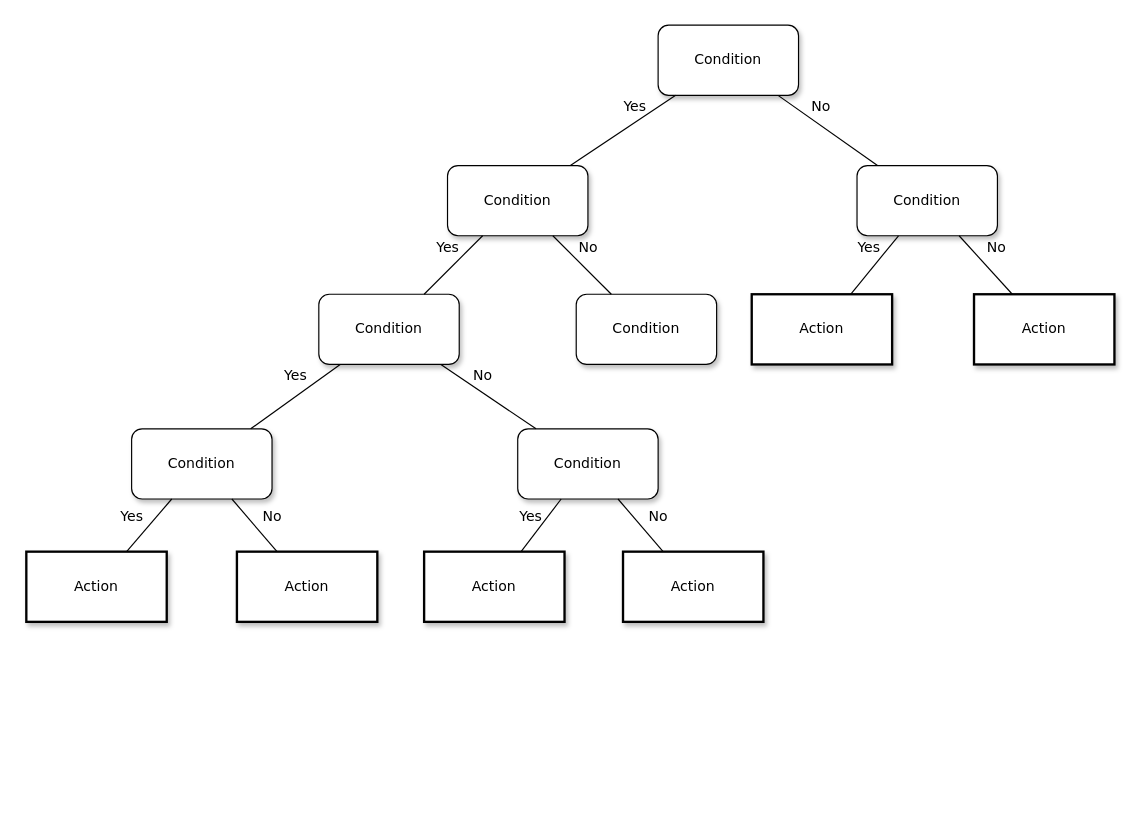
Above: 未命名绘图.drawio in siyuejiwang/tools (draw.io), before the change. Source tidied: cells renumbered, new cells numbered last; positions are measured from the earlier drawing's top-left corner, leaving out a move shared by most shapes. Both pictures are drawn from the tidied source at 117%, with x=0, y=0 at pixel (26, 25).
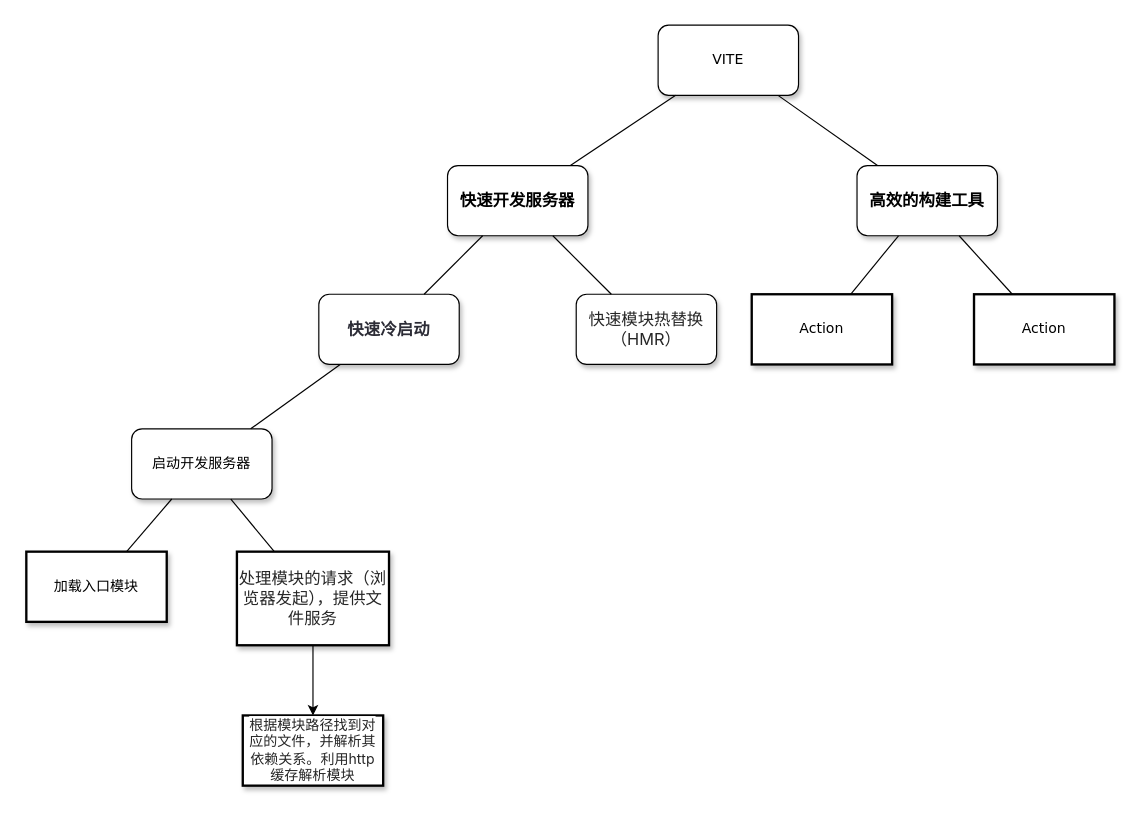
After the change.

The change refers to these unchanged cells:
```xml
<mxCell id="9" value="&lt;span&gt;Action&lt;/span&gt;" style="whiteSpace=wrap;html=1;rounded=0;shadow=1;labelBackgroundColor=none;strokeWidth=2;fontFamily=Verdana;fontSize=12;align=center;" parent="1" vertex="1">
  <mxGeometry x="620" y="230" width="120" height="60" as="geometry" />
</mxCell>
<mxCell id="10" value="&lt;span&gt;Action&lt;/span&gt;" style="whiteSpace=wrap;html=1;rounded=0;shadow=1;labelBackgroundColor=none;strokeWidth=2;fontFamily=Verdana;fontSize=12;align=center;" parent="1" vertex="1">
  <mxGeometry x="810" y="230" width="120" height="60" as="geometry" />
</mxCell>
```

What changed in the source:
```diff
@@
-    <mxCell id="2" value="Condition" style="whiteSpace=wrap;html=1;rounded=1;shadow=1;labelBackgroundColor=none;strokeWidth=1;fontFamily=Verdana;fontSize=12;align=center;" parent="1" vertex="1">
+    <mxCell id="2" value="VITE" style="whiteSpace=wrap;html=1;rounded=1;shadow=1;labelBackgroundColor=none;strokeWidth=1;fontFamily=Verdana;fontSize=12;align=center;" parent="1" vertex="1">
       <mxGeometry x="540" width="120" height="60" as="geometry" />
     </mxCell>
-    <mxCell id="3" value="&lt;span&gt;Condition&lt;/span&gt;" style="whiteSpace=wrap;html=1;rounded=1;shadow=1;labelBackgroundColor=none;strokeWidth=1;fontFamily=Verdana;fontSize=12;align=center;" parent="1" vertex="1">
+    <mxCell id="3" value="&lt;span style=&quot;-webkit-font-smoothing: antialiased; box-sizing: border-box; -webkit-tap-highlight-color: rgba(0, 0, 0, 0); font-weight: 600; color: initial; line-height: var(--md-box-samantha-normal-text-line-height); overflow-anchor: auto; font-family: Inter, -apple-system, &amp;quot;system-ui&amp;quot;, &amp;quot;Segoe UI&amp;quot;, &amp;quot;SF Pro SC&amp;quot;, &amp;quot;SF Pro Display&amp;quot;, &amp;quot;SF Pro Icons&amp;quot;, &amp;quot;PingFang SC&amp;quot;, &amp;quot;Hiragino Sans GB&amp;quot;, &amp;quot;Microsoft YaHei&amp;quot;, &amp;quot;Helvetica Neue&amp;quot;, Helvetica, Arial, sans-serif; text-align: left; background-color: rgb(255, 255, 255);&quot;&gt;&lt;font style=&quot;font-size: 14px;&quot;&gt;快速开发服务器&lt;/font&gt;&lt;/span&gt;" style="whiteSpace=wrap;html=1;rounded=1;shadow=1;labelBackgroundColor=none;strokeWidth=1;fontFamily=Verdana;fontSize=12;align=center;" parent="1" vertex="1">
       <mxGeometry x="360" y="120" width="120" height="60" as="geometry" />
     </mxCell>
-    <mxCell id="4" value="&lt;span&gt;Condition&lt;/span&gt;" style="whiteSpace=wrap;html=1;rounded=1;shadow=1;labelBackgroundColor=none;strokeWidth=1;fontFamily=Verdana;fontSize=12;align=center;" parent="1" vertex="1">
+    <mxCell id="4" value="&lt;span style=&quot;-webkit-font-smoothing: antialiased; box-sizing: border-box; -webkit-tap-highlight-color: rgba(0, 0, 0, 0); font-weight: 600; color: initial; line-height: var(--md-box-samantha-normal-text-line-height); overflow-anchor: auto; font-family: Inter, -apple-system, &amp;quot;system-ui&amp;quot;, &amp;quot;Segoe UI&amp;quot;, &amp;quot;SF Pro SC&amp;quot;, &amp;quot;SF Pro Display&amp;quot;, &amp;quot;SF Pro Icons&amp;quot;, &amp;quot;PingFang SC&amp;quot;, &amp;quot;Hiragino Sans GB&amp;quot;, &amp;quot;Microsoft YaHei&amp;quot;, &amp;quot;Helvetica Neue&amp;quot;, Helvetica, Arial, sans-serif; text-align: left; background-color: rgb(255, 255, 255);&quot;&gt;&lt;font style=&quot;font-size: 14px;&quot;&gt;高效的构建工具&lt;/font&gt;&lt;/span&gt;" style="whiteSpace=wrap;html=1;rounded=1;shadow=1;labelBackgroundColor=none;strokeWidth=1;fontFamily=Verdana;fontSize=12;align=center;" parent="1" vertex="1">
       <mxGeometry x="710" y="120" width="120" height="60" as="geometry" />
     </mxCell>
-    <mxCell id="5" value="No" style="rounded=0;html=1;labelBackgroundColor=none;startArrow=none;startFill=0;startSize=5;endArrow=none;endFill=0;endSize=5;jettySize=auto;strokeWidth=1;fontFamily=Verdana;fontSize=12;" parent="1" edge="1" source="2" target="4">
+    <mxCell id="5" style="rounded=0;html=1;labelBackgroundColor=none;startArrow=none;startFill=0;startSize=5;endArrow=none;endFill=0;endSize=5;jettySize=auto;strokeWidth=1;fontFamily=Verdana;fontSize=12;" parent="1" edge="1" source="2" target="4">
       <mxGeometry x="-0.3" y="13" relative="1" as="geometry" />
     </mxCell>
-    <mxCell id="6" value="Yes" style="rounded=0;html=1;labelBackgroundColor=none;startArrow=none;startFill=0;startSize=5;endArrow=none;endFill=0;endSize=5;jettySize=auto;strokeWidth=1;fontFamily=Verdana;fontSize=12;" parent="1" edge="1" source="2" target="3">
-      <mxGeometry x="-0.36" y="-11" relative="1" as="geometry" />
+    <mxCell id="6" style="rounded=0;html=1;labelBackgroundColor=none;startArrow=none;startFill=0;startSize=5;endArrow=none;endFill=0;endSize=5;jettySize=auto;strokeWidth=1;fontFamily=Verdana;fontSize=12;" parent="1" edge="1" source="2" target="3">
+      <mxGeometry x="-0.35" y="-11" relative="1" as="geometry" />
     </mxCell>
-    <mxCell id="7" value="&lt;span&gt;Condition&lt;/span&gt;" style="whiteSpace=wrap;html=1;rounded=1;shadow=1;labelBackgroundColor=none;strokeWidth=1;fontFamily=Verdana;fontSize=12;align=center;" parent="1" vertex="1">
+    <mxCell id="7" value="&lt;span style=&quot;--un-rotate: 0; --un-rotate-x: 0; --un-rotate-y: 0; --un-rotate-z: 0; --un-scale-x: 1; --un-scale-y: 1; --un-scale-z: 1; --un-skew-x: 0; --un-skew-y: 0; --un-translate-x: 0; --un-translate-y: 0; --un-translate-z: 0; --un-pan-x: ; --un-pan-y: ; --un-pinch-zoom: ; --un-scroll-snap-strictness: proximity; --un-ordinal: ; --un-slashed-zero: ; --un-numeric-figure: ; --un-numeric-spacing: ; --un-numeric-fraction: ; --un-border-spacing-x: 0; --un-border-spacing-y: 0; --un-ring-offset-shadow: 0 0 transparent; --un-ring-shadow: 0 0 transparent; --un-shadow-inset: ; --un-shadow: 0 0 transparent; --un-ring-inset: ; --un-ring-offset-width: 0px; --un-ring-offset-color: #fff; --un-ring-width: 0px; --un-ring-color: rgba(147,197,253,.5); --un-blur: ; --un-brightness: ; --un-contrast: ; --un-drop-shadow: ; --un-grayscale: ; --un-hue-rotate: ; --un-invert: ; --un-saturate: ; --un-sepia: ; --un-backdrop-blur: ; --un-backdrop-brightness: ; --un-backdrop-contrast: ; --un-backdrop-grayscale: ; --un-backdrop-hue-rotate: ; --un-backdrop-invert: ; --un-backdrop-opacity: ; --un-backdrop-saturate: ; --un-backdrop-sepia: ; box-sizing: border-box; font-weight: 600; color: rgb(44, 44, 54); font-family: -apple-system, &amp;quot;system-ui&amp;quot;, &amp;quot;Segoe UI&amp;quot;, &amp;quot;Noto Sans&amp;quot;, Helvetica, Arial, sans-serif, &amp;quot;Apple Color Emoji&amp;quot;, &amp;quot;Segoe UI Emoji&amp;quot;; letter-spacing: 0.08px; text-align: left; background-color: rgb(255, 255, 255);&quot;&gt;&lt;font style=&quot;font-size: 14px;&quot;&gt;快速冷启动&lt;/font&gt;&lt;/span&gt;" style="whiteSpace=wrap;html=1;rounded=1;shadow=1;labelBackgroundColor=none;strokeWidth=1;fontFamily=Verdana;fontSize=12;align=center;" parent="1" vertex="1">
       <mxGeometry x="250" y="230" width="120" height="60" as="geometry" />
     </mxCell>
-    <mxCell id="8" value="&lt;span&gt;Condition&lt;/span&gt;" style="whiteSpace=wrap;html=1;rounded=1;shadow=1;labelBackgroundColor=none;strokeWidth=1;fontFamily=Verdana;fontSize=12;align=center;" parent="1" vertex="1">
+    <mxCell id="8" value="&lt;span style=&quot;color: rgba(0, 0, 0, 0.85); font-family: Inter, -apple-system, &amp;quot;system-ui&amp;quot;, &amp;quot;Segoe UI&amp;quot;, &amp;quot;SF Pro SC&amp;quot;, &amp;quot;SF Pro Display&amp;quot;, &amp;quot;SF Pro Icons&amp;quot;, &amp;quot;PingFang SC&amp;quot;, &amp;quot;Hiragino Sans GB&amp;quot;, &amp;quot;Microsoft YaHei&amp;quot;, &amp;quot;Helvetica Neue&amp;quot;, Helvetica, Arial, sans-serif; text-align: left; background-color: rgb(255, 255, 255);&quot;&gt;&lt;font style=&quot;font-size: 14px;&quot;&gt;快速模块热替换（HMR）&lt;/font&gt;&lt;/span&gt;" style="whiteSpace=wrap;html=1;rounded=1;shadow=1;labelBackgroundColor=none;strokeWidth=1;fontFamily=Verdana;fontSize=12;align=center;" parent="1" vertex="1">
       <mxGeometry x="470" y="230" width="120" height="60" as="geometry" />
     </mxCell>
@@
-    <mxCell id="11" value="&lt;span&gt;Condition&lt;/span&gt;" style="whiteSpace=wrap;html=1;rounded=1;shadow=1;labelBackgroundColor=none;strokeWidth=1;fontFamily=Verdana;fontSize=12;align=center;" parent="1" vertex="1">
+    <mxCell id="11" value="&lt;span&gt;启动开发服务器&lt;/span&gt;" style="whiteSpace=wrap;html=1;rounded=1;shadow=1;labelBackgroundColor=none;strokeWidth=1;fontFamily=Verdana;fontSize=12;align=center;" parent="1" vertex="1">
       <mxGeometry x="90" y="345" width="120" height="60" as="geometry" />
     </mxCell>
-    <mxCell id="12" value="&lt;span&gt;Condition&lt;/span&gt;" style="whiteSpace=wrap;html=1;rounded=1;shadow=1;labelBackgroundColor=none;strokeWidth=1;fontFamily=Verdana;fontSize=12;align=center;" parent="1" vertex="1">
-      <mxGeometry x="420" y="345" width="120" height="60" as="geometry" />
-    </mxCell>
-    <mxCell id="13" value="Yes" style="rounded=0;html=1;labelBackgroundColor=none;startArrow=none;startFill=0;startSize=5;endArrow=none;endFill=0;endSize=5;jettySize=auto;strokeWidth=1;fontFamily=Verdana;fontSize=12;" parent="1" edge="1" source="3" target="7">
+    <mxCell id="13" style="rounded=0;html=1;labelBackgroundColor=none;startArrow=none;startFill=0;startSize=5;endArrow=none;endFill=0;endSize=5;jettySize=auto;strokeWidth=1;fontFamily=Verdana;fontSize=12;" parent="1" edge="1" source="3" target="7">
       <mxGeometry x="-0.2" y="-14" relative="1" as="geometry" />
     </mxCell>
-    <mxCell id="14" value="No" style="rounded=0;html=1;labelBackgroundColor=none;startArrow=none;startFill=0;startSize=5;endArrow=none;endFill=0;endSize=5;jettySize=auto;strokeWidth=1;fontFamily=Verdana;fontSize=12;" parent="1" edge="1" source="3" target="8">
+    <mxCell id="14" style="rounded=0;html=1;labelBackgroundColor=none;startArrow=none;startFill=0;startSize=5;endArrow=none;endFill=0;endSize=5;jettySize=auto;strokeWidth=1;fontFamily=Verdana;fontSize=12;" parent="1" edge="1" source="3" target="8">
       <mxGeometry x="-0.2" y="14" relative="1" as="geometry" />
     </mxCell>
-    <mxCell id="15" value="Yes" style="rounded=0;html=1;labelBackgroundColor=none;startArrow=none;startFill=0;startSize=5;endArrow=none;endFill=0;endSize=5;jettySize=auto;strokeWidth=1;fontFamily=Verdana;fontSize=12;" parent="1" edge="1" source="4" target="9">
+    <mxCell id="15" style="rounded=0;html=1;labelBackgroundColor=none;startArrow=none;startFill=0;startSize=5;endArrow=none;endFill=0;endSize=5;jettySize=auto;strokeWidth=1;fontFamily=Verdana;fontSize=12;" parent="1" edge="1" source="4" target="9">
       <mxGeometry x="-0.26" y="-13" relative="1" as="geometry" />
     </mxCell>
-    <mxCell id="16" value="No" style="rounded=0;html=1;labelBackgroundColor=none;startArrow=none;startFill=0;startSize=5;endArrow=none;endFill=0;endSize=5;jettySize=auto;strokeWidth=1;fontFamily=Verdana;fontSize=12;" parent="1" edge="1" source="4" target="10">
+    <mxCell id="16" style="rounded=0;html=1;labelBackgroundColor=none;startArrow=none;startFill=0;startSize=5;endArrow=none;endFill=0;endSize=5;jettySize=auto;strokeWidth=1;fontFamily=Verdana;fontSize=12;" parent="1" edge="1" source="4" target="10">
       <mxGeometry x="-0.13" y="17" relative="1" as="geometry" />
     </mxCell>
-    <mxCell id="17" value="Yes" style="rounded=0;html=1;labelBackgroundColor=none;startArrow=none;startFill=0;startSize=5;endArrow=none;endFill=0;endSize=5;jettySize=auto;strokeWidth=1;fontFamily=Verdana;fontSize=12;" parent="1" edge="1" source="7" target="11">
+    <mxCell id="17" style="rounded=0;html=1;labelBackgroundColor=none;startArrow=none;startFill=0;startSize=5;endArrow=none;endFill=0;endSize=5;jettySize=auto;strokeWidth=1;fontFamily=Verdana;fontSize=12;" parent="1" edge="1" source="7" target="11">
       <mxGeometry x="-0.22" y="-14" relative="1" as="geometry" />
     </mxCell>
-    <mxCell id="18" value="No" style="rounded=0;html=1;labelBackgroundColor=none;startArrow=none;startFill=0;startSize=5;endArrow=none;endFill=0;endSize=5;jettySize=auto;strokeWidth=1;fontFamily=Verdana;fontSize=12;" parent="1" edge="1" source="7" target="12">
-      <mxGeometry x="-0.28" y="12" relative="1" as="geometry" />
-    </mxCell>
-    <mxCell id="19" value="Action" style="whiteSpace=wrap;html=1;rounded=0;shadow=1;labelBackgroundColor=none;strokeWidth=2;fontFamily=Verdana;fontSize=12;align=center;" parent="1" vertex="1">
+    <mxCell id="19" value="加载入口模块" style="whiteSpace=wrap;html=1;rounded=0;shadow=1;labelBackgroundColor=none;strokeWidth=2;fontFamily=Verdana;fontSize=12;align=center;" parent="1" vertex="1">
       <mxGeometry y="450" width="120" height="60" as="geometry" />
     </mxCell>
+    <mxCell id="27" style="edgeStyle=orthogonalEdgeStyle;rounded=0;jettySize=auto;html=1;" parent="1" edge="1" source="20" target="28">
+      <mxGeometry relative="1" as="geometry" />
+    </mxCell>
-    <mxCell id="20" value="&lt;span&gt;Action&lt;/span&gt;" style="whiteSpace=wrap;html=1;rounded=0;shadow=1;labelBackgroundColor=none;strokeWidth=2;fontFamily=Verdana;fontSize=12;align=center;" parent="1" vertex="1">
-      <mxGeometry x="180" y="450" width="120" height="60" as="geometry" />
+    <mxCell id="20" value="&lt;span style=&quot;color: rgba(0, 0, 0, 0.85); font-family: Inter, -apple-system, &amp;quot;system-ui&amp;quot;, &amp;quot;Segoe UI&amp;quot;, &amp;quot;SF Pro SC&amp;quot;, &amp;quot;SF Pro Display&amp;quot;, &amp;quot;SF Pro Icons&amp;quot;, &amp;quot;PingFang SC&amp;quot;, &amp;quot;Hiragino Sans GB&amp;quot;, &amp;quot;Microsoft YaHei&amp;quot;, &amp;quot;Helvetica Neue&amp;quot;, Helvetica, Arial, sans-serif; text-align: left; background-color: rgb(255, 255, 255);&quot;&gt;&lt;font style=&quot;font-size: 14px;&quot;&gt;处理模块的请求（浏览器发起），提供文件服务&lt;/font&gt;&lt;/span&gt;" style="whiteSpace=wrap;html=1;rounded=0;shadow=1;labelBackgroundColor=none;strokeWidth=2;fontFamily=Verdana;fontSize=12;align=center;" parent="1" vertex="1">
+      <mxGeometry x="180" y="450" width="130" height="80" as="geometry" />
     </mxCell>
-    <mxCell id="21" value="&lt;span&gt;Action&lt;/span&gt;" style="whiteSpace=wrap;html=1;rounded=0;shadow=1;labelBackgroundColor=none;strokeWidth=2;fontFamily=Verdana;fontSize=12;align=center;" parent="1" vertex="1">
-      <mxGeometry x="340" y="450" width="120" height="60" as="geometry" />
-    </mxCell>
-    <mxCell id="22" value="&lt;span&gt;Action&lt;/span&gt;" style="whiteSpace=wrap;html=1;rounded=0;shadow=1;labelBackgroundColor=none;strokeWidth=2;fontFamily=Verdana;fontSize=12;align=center;" parent="1" vertex="1">
-      <mxGeometry x="510" y="450" width="120" height="60" as="geometry" />
-    </mxCell>
-    <mxCell id="23" value="Yes" style="rounded=0;html=1;labelBackgroundColor=none;startArrow=none;startFill=0;startSize=5;endArrow=none;endFill=0;endSize=5;jettySize=auto;strokeWidth=1;fontFamily=Verdana;fontSize=12;" parent="1" edge="1" source="11" target="19">
+    <mxCell id="23" style="rounded=0;html=1;labelBackgroundColor=none;startArrow=none;startFill=0;startSize=5;endArrow=none;endFill=0;endSize=5;jettySize=auto;strokeWidth=1;fontFamily=Verdana;fontSize=12;" parent="1" edge="1" source="11" target="19">
       <mxGeometry x="0.14" y="-16" relative="1" as="geometry" />
     </mxCell>
-    <mxCell id="24" value="No" style="rounded=0;html=1;labelBackgroundColor=none;startArrow=none;startFill=0;startSize=5;endArrow=none;endFill=0;endSize=5;jettySize=auto;strokeWidth=1;fontFamily=Verdana;fontSize=12;" parent="1" edge="1" source="11" target="20">
+    <mxCell id="24" style="rounded=0;html=1;labelBackgroundColor=none;startArrow=none;startFill=0;startSize=5;endArrow=none;endFill=0;endSize=5;jettySize=auto;strokeWidth=1;fontFamily=Verdana;fontSize=12;" parent="1" edge="1" source="11" target="20">
       <mxGeometry x="0.14" y="16" relative="1" as="geometry" />
     </mxCell>
-    <mxCell id="25" value="Yes" style="rounded=0;html=1;labelBackgroundColor=none;startArrow=none;startFill=0;startSize=5;endArrow=none;endFill=0;endSize=5;jettySize=auto;strokeWidth=1;fontFamily=Verdana;fontSize=12;" parent="1" edge="1" source="12" target="21">
-      <mxGeometry y="-12" relative="1" as="geometry" />
-    </mxCell>
-    <mxCell id="26" value="No" style="rounded=0;html=1;labelBackgroundColor=none;startArrow=none;startFill=0;startSize=5;endArrow=none;endFill=0;endSize=5;jettySize=auto;strokeWidth=1;fontFamily=Verdana;fontSize=12;" parent="1" edge="1" source="12" target="22">
-      <mxGeometry x="0.14" y="16" relative="1" as="geometry" />
-    </mxCell>
+    <mxCell id="28" value="&lt;span style=&quot;color: rgba(0, 0, 0, 0.85); font-family: Inter, -apple-system, &amp;quot;system-ui&amp;quot;, &amp;quot;Segoe UI&amp;quot;, &amp;quot;SF Pro SC&amp;quot;, &amp;quot;SF Pro Display&amp;quot;, &amp;quot;SF Pro Icons&amp;quot;, &amp;quot;PingFang SC&amp;quot;, &amp;quot;Hiragino Sans GB&amp;quot;, &amp;quot;Microsoft YaHei&amp;quot;, &amp;quot;Helvetica Neue&amp;quot;, Helvetica, Arial, sans-serif; text-align: left; background-color: rgb(255, 255, 255);&quot;&gt;&lt;font style=&quot;font-size: 12px;&quot;&gt;根据模块路径找到对应的文件，并解析其依赖关系。利用http缓存解析模块&lt;/font&gt;&lt;/span&gt;" style="whiteSpace=wrap;html=1;fontFamily=Verdana;rounded=0;shadow=1;labelBackgroundColor=none;strokeWidth=2;" parent="1" vertex="1">
+      <mxGeometry x="185" y="590" width="120" height="60" as="geometry" />
+    </mxCell>
```
